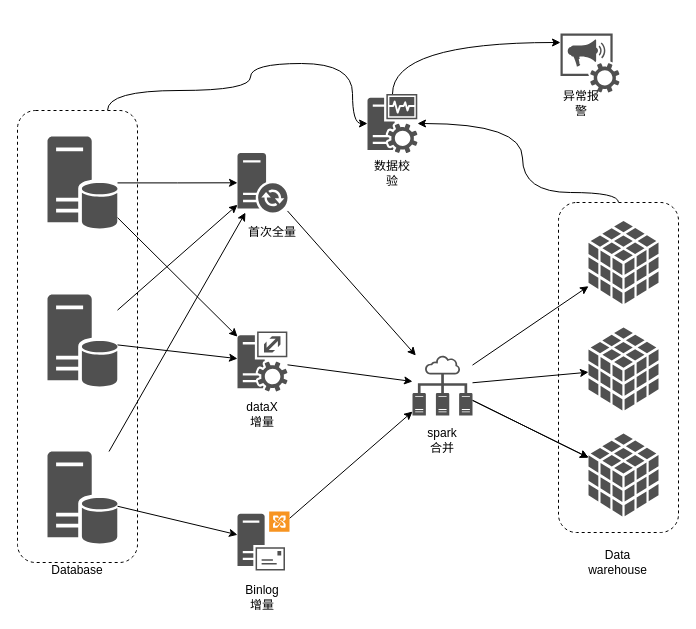
This is page "data_sync_type" (2 of 4) of 数据同步范畴.drawio from wangbin2188/draw, a draw.io file, before an edit. Source tidied: cells renumbered, new cells numbered last; positions are measured from the earlier drawing's top-left corner, leaving out a move shared by most shapes. Both pictures are drawn from the tidied source at 100%, with x=0, y=0 at pixel (17, 33).
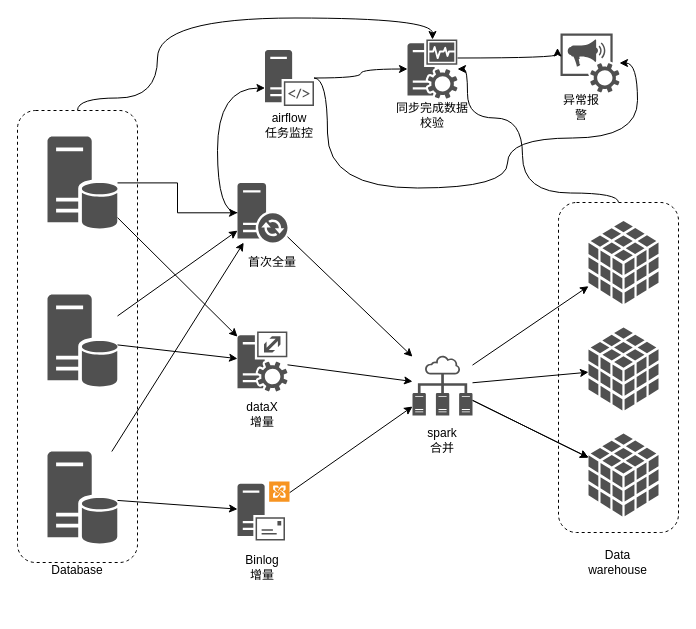
After the change.

Unchanged cells that the change refers to:
```xml
<mxCell id="3" style="rounded=1;whiteSpace=wrap;html=1;dashed=1;" parent="1" vertex="1">
  <mxGeometry x="541" y="169" width="120" height="330" as="geometry" />
</mxCell>
<mxCell id="5" style="rounded=1;whiteSpace=wrap;html=1;dashed=1;" parent="1" vertex="1">
  <mxGeometry y="77" width="120" height="452" as="geometry" />
</mxCell>
<mxCell id="31" style="shadow=0;dashed=0;html=1;strokeColor=none;fillColor=#505050;labelPosition=center;verticalLabelPosition=bottom;verticalAlign=top;outlineConnect=0;align=center;shape=mxgraph.office.services.conference_announcement_service;" parent="1" vertex="1">
  <mxGeometry x="543" width="59" height="59" as="geometry" />
</mxCell>
```

Change to the diagram source:
```diff
@@
     <mxCell id="2" style="edgeStyle=orthogonalEdgeStyle;curved=1;rounded=0;jettySize=auto;html=1;exitX=0.5;exitY=0;exitDx=0;exitDy=0;" parent="1" edge="1" source="3" target="33">
       <mxGeometry relative="1" as="geometry">
         <Array as="points">
-          <mxPoint x="601" y="159" />
-          <mxPoint x="505" y="159" />
-          <mxPoint x="505" y="90" />
+          <mxPoint x="601" y="159.5" />
+          <mxPoint x="505" y="159.5" />
+          <mxPoint x="505" y="84.5" />
+          <mxPoint x="450" y="84.5" />
+          <mxPoint x="450" y="35.5" />
         </Array>
       </mxGeometry>
     </mxCell>
@@
-    <mxCell id="4" style="edgeStyle=orthogonalEdgeStyle;rounded=0;jettySize=auto;html=1;exitX=0.75;exitY=0;exitDx=0;exitDy=0;curved=1;" parent="1" edge="1" source="5" target="33">
+    <mxCell id="4" style="edgeStyle=orthogonalEdgeStyle;curved=1;rounded=0;jettySize=auto;html=1;" parent="1" edge="1" source="5" target="33">
       <mxGeometry relative="1" as="geometry">
         <Array as="points">
-          <mxPoint x="90" y="57" />
-          <mxPoint x="233" y="57" />
-          <mxPoint x="233" y="30" />
-          <mxPoint x="335" y="30" />
-          <mxPoint x="335" y="90" />
+          <mxPoint x="60" y="64.5" />
+          <mxPoint x="140" y="64.5" />
+          <mxPoint x="140" y="-15.5" />
+          <mxPoint x="415" y="-15.5" />
         </Array>
       </mxGeometry>
     </mxCell>
@@
     <mxCell id="8" value="首次全量" style="text;html=1;strokeColor=none;fillColor=none;align=center;verticalAlign=middle;whiteSpace=wrap;rounded=0;" parent="1" vertex="1">
-      <mxGeometry x="215" y="189" width="80" height="20" as="geometry" />
+      <mxGeometry x="215" y="219" width="80" height="20" as="geometry" />
     </mxCell>
@@
+    <mxCell id="40" style="edgeStyle=orthogonalEdgeStyle;curved=1;rounded=0;jettySize=auto;html=1;" parent="1" edge="1" source="15" target="44">
+      <mxGeometry relative="1" as="geometry">
+        <Array as="points">
+          <mxPoint x="200" y="179.5" />
+          <mxPoint x="200" y="54.5" />
+        </Array>
+      </mxGeometry>
+    </mxCell>
     <mxCell id="15" style="shadow=0;dashed=0;html=1;strokeColor=none;fillColor=#505050;labelPosition=center;verticalLabelPosition=bottom;verticalAlign=top;outlineConnect=0;align=center;shape=mxgraph.office.servers.dirsync_server;" parent="1" vertex="1">
-      <mxGeometry x="220" y="119.5" width="50" height="59.6" as="geometry" />
+      <mxGeometry x="220" y="149.5" width="50" height="59.6" as="geometry" />
     </mxCell>
@@
-    <mxCell id="32" style="edgeStyle=orthogonalEdgeStyle;curved=1;rounded=0;jettySize=auto;html=1;" parent="1" edge="1" source="33" target="31">
-      <mxGeometry relative="1" as="geometry">
-        <Array as="points">
-          <mxPoint x="375" y="9" />
-        </Array>
-      </mxGeometry>
-    </mxCell>
+    <mxCell id="41" style="edgeStyle=orthogonalEdgeStyle;curved=1;rounded=0;jettySize=auto;html=1;" parent="1" edge="1" source="33">
+      <mxGeometry relative="1" as="geometry">
+        <mxPoint x="540" y="14.5" as="targetPoint" />
+        <Array as="points">
+          <mxPoint x="420" y="24.5" />
+          <mxPoint x="540" y="24.5" />
+        </Array>
+      </mxGeometry>
+    </mxCell>
     <mxCell id="33" style="shadow=0;dashed=0;html=1;strokeColor=none;fillColor=#505050;labelPosition=center;verticalLabelPosition=bottom;verticalAlign=top;outlineConnect=0;align=center;shape=mxgraph.office.servers.monitoring_sql_reporting_services;" parent="1" vertex="1">
-      <mxGeometry x="350" y="60.5" width="50" height="59" as="geometry" />
+      <mxGeometry x="390" y="6" width="50" height="59" as="geometry" />
     </mxCell>
@@
-    <mxCell id="35" value="数据校验" style="text;html=1;strokeColor=none;fillColor=none;align=center;verticalAlign=middle;whiteSpace=wrap;rounded=0;dashed=1;" parent="1" vertex="1">
-      <mxGeometry x="355" y="129.5" width="40" height="20" as="geometry" />
+    <mxCell id="35" value="同步完成数据校验" style="text;html=1;strokeColor=none;fillColor=none;align=center;verticalAlign=middle;whiteSpace=wrap;rounded=0;dashed=1;" parent="1" vertex="1">
+      <mxGeometry x="375" y="72" width="80" height="20" as="geometry" />
     </mxCell>
     <mxCell id="36" value="异常报警" style="text;html=1;strokeColor=none;fillColor=none;align=center;verticalAlign=middle;whiteSpace=wrap;rounded=0;dashed=1;" parent="1" vertex="1">
-      <mxGeometry x="543.5" y="59.5" width="40" height="20" as="geometry" />
+      <mxGeometry x="543.5" y="63.5" width="40" height="20" as="geometry" />
     </mxCell>
@@
     <mxCell id="38" style="shadow=0;dashed=0;html=1;strokeColor=none;fillColor=#505050;labelPosition=center;verticalLabelPosition=bottom;verticalAlign=top;outlineConnect=0;align=center;shape=mxgraph.office.servers.exchange_hub_transport_server_role;" parent="1" vertex="1">
-      <mxGeometry x="220" y="478" width="52" height="59" as="geometry" />
+      <mxGeometry x="220" y="448" width="52" height="59" as="geometry" />
     </mxCell>
     <mxCell id="39" value="Binlog&lt;br&gt;增量" style="text;html=1;strokeColor=none;fillColor=none;align=center;verticalAlign=middle;whiteSpace=wrap;rounded=0;" parent="1" vertex="1">
-      <mxGeometry x="205" y="553" width="80" height="22" as="geometry" />
+      <mxGeometry x="205" y="523" width="80" height="22" as="geometry" />
     </mxCell>
+    <mxCell id="42" style="edgeStyle=orthogonalEdgeStyle;curved=1;rounded=0;jettySize=auto;html=1;" parent="1" edge="1" source="44" target="33">
+      <mxGeometry relative="1" as="geometry" />
+    </mxCell>
+    <mxCell id="43" style="edgeStyle=orthogonalEdgeStyle;curved=1;rounded=0;jettySize=auto;html=1;" parent="1" edge="1" source="44" target="31">
+      <mxGeometry relative="1" as="geometry">
+        <Array as="points">
+          <mxPoint x="310" y="44.5" />
+          <mxPoint x="310" y="154.5" />
+          <mxPoint x="490" y="154.5" />
+          <mxPoint x="490" y="104.5" />
+          <mxPoint x="620" y="104.5" />
+          <mxPoint x="620" y="29.5" />
+        </Array>
+      </mxGeometry>
+    </mxCell>
+    <mxCell id="44" style="shadow=0;dashed=0;html=1;strokeColor=none;fillColor=#505050;labelPosition=center;verticalLabelPosition=bottom;verticalAlign=top;outlineConnect=0;align=center;shape=mxgraph.office.servers.server_side_code;" parent="1" vertex="1">
+      <mxGeometry x="247.5" y="16.5" width="49" height="56" as="geometry" />
+    </mxCell>
+    <mxCell id="45" value="airflow&lt;br&gt;任务监控" style="text;html=1;strokeColor=none;fillColor=none;align=center;verticalAlign=middle;whiteSpace=wrap;rounded=0;dashed=1;" parent="1" vertex="1">
+      <mxGeometry x="232" y="82" width="80" height="20" as="geometry" />
+    </mxCell>
```
